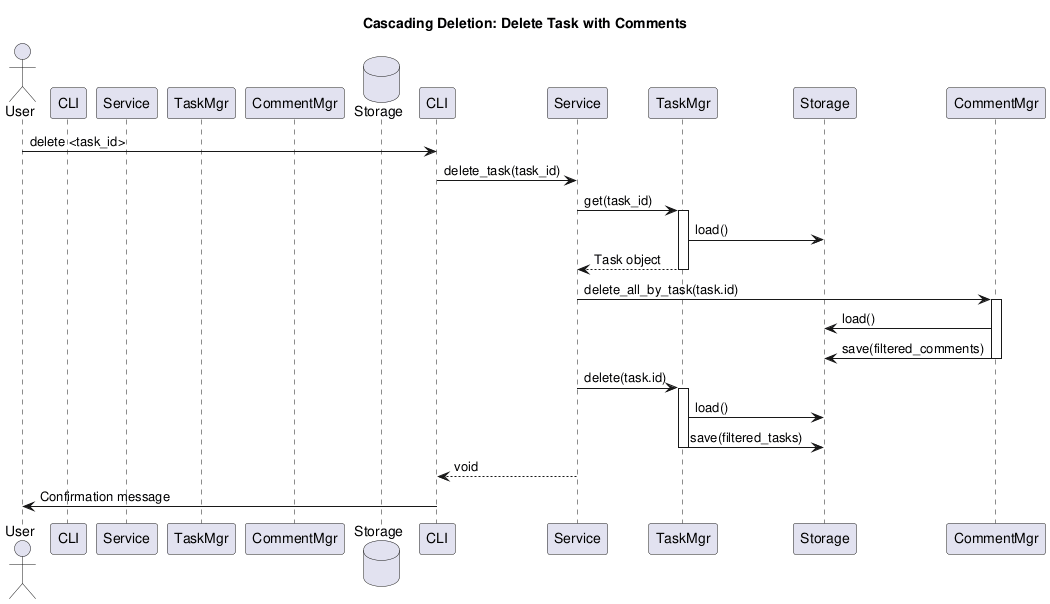
Before: experiments/pipeline/structured_text/TODO/artifacts/sequence_diagram.png, a diagram exported from PlantUML (DanielRiha8906/Software_autoevolution_using_agents). Its diagram source:
```plantuml
@startuml sequence_diagram

title Cascading Deletion: Delete Task with Comments

actor User
participant CLI as TodoCLI
participant Service as TodoService
participant TaskMgr as TaskManager
participant CommentMgr as CommentManager
database Storage as JsonStorage

User -> CLI: delete <task_id>
CLI -> Service: delete_task(task_id)

Service -> TaskMgr: get(task_id)
activate TaskMgr
TaskMgr -> Storage: load()
TaskMgr --> Service: Task object
deactivate TaskMgr

Service -> CommentMgr: delete_all_by_task(task.id)
activate CommentMgr
CommentMgr -> Storage: load()
CommentMgr -> Storage: save(filtered_comments)
deactivate CommentMgr

Service -> TaskMgr: delete(task.id)
activate TaskMgr
TaskMgr -> Storage: load()
TaskMgr -> Storage: save(filtered_tasks)
deactivate TaskMgr

Service --> CLI: void
CLI -> User: Confirmation message

@enduml
```
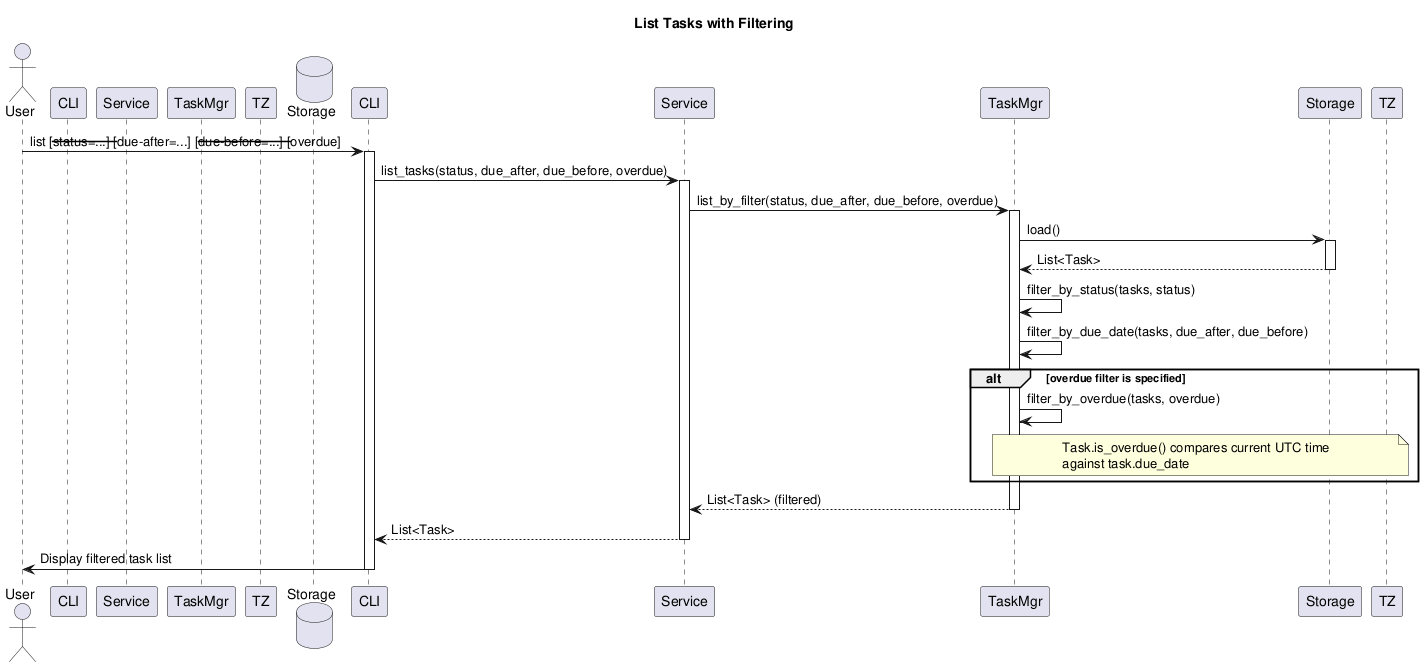
The same diagram one commit later.

Diff of the diagram source:
```diff
@@ -1,36 +1,44 @@
 @startuml sequence_diagram
 
-title Cascading Deletion: Delete Task with Comments
+title List Tasks with Filtering
 
 actor User
 participant CLI as TodoCLI
 participant Service as TodoService
 participant TaskMgr as TaskManager
-participant CommentMgr as CommentManager
+participant TZ as TimezoneUtils
 database Storage as JsonStorage
 
-User -> CLI: delete <task_id>
-CLI -> Service: delete_task(task_id)
+User -> CLI: list [--status=...] [--due-after=...] [--due-before=...] [--overdue]
+activate CLI
+CLI -> Service: list_tasks(status, due_after, due_before, overdue)
+activate Service
+Service -> TaskMgr: list_by_filter(status, due_after, due_before, overdue)
+activate TaskMgr
 
-Service -> TaskMgr: get(task_id)
-activate TaskMgr
 TaskMgr -> Storage: load()
-TaskMgr --> Service: Task object
+activate Storage
+Storage --> TaskMgr: List<Task>
+deactivate Storage
+
+TaskMgr -> TaskMgr: filter_by_status(tasks, status)
+TaskMgr -> TaskMgr: filter_by_due_date(tasks, due_after, due_before)
+
+alt overdue filter is specified
+  TaskMgr -> TaskMgr: filter_by_overdue(tasks, overdue)
+  note over TaskMgr, TZ
+    Task.is_overdue() compares current UTC time
+    against task.due_date
+  end note
+end
+
+TaskMgr --> Service: List<Task> (filtered)
 deactivate TaskMgr
 
-Service -> CommentMgr: delete_all_by_task(task.id)
-activate CommentMgr
-CommentMgr -> Storage: load()
-CommentMgr -> Storage: save(filtered_comments)
-deactivate CommentMgr
+Service --> CLI: List<Task>
+deactivate Service
 
-Service -> TaskMgr: delete(task.id)
-activate TaskMgr
-TaskMgr -> Storage: load()
-TaskMgr -> Storage: save(filtered_tasks)
-deactivate TaskMgr
-
-Service --> CLI: void
-CLI -> User: Confirmation message
+CLI -> User: Display filtered task list
+deactivate CLI
 
 @enduml
```
